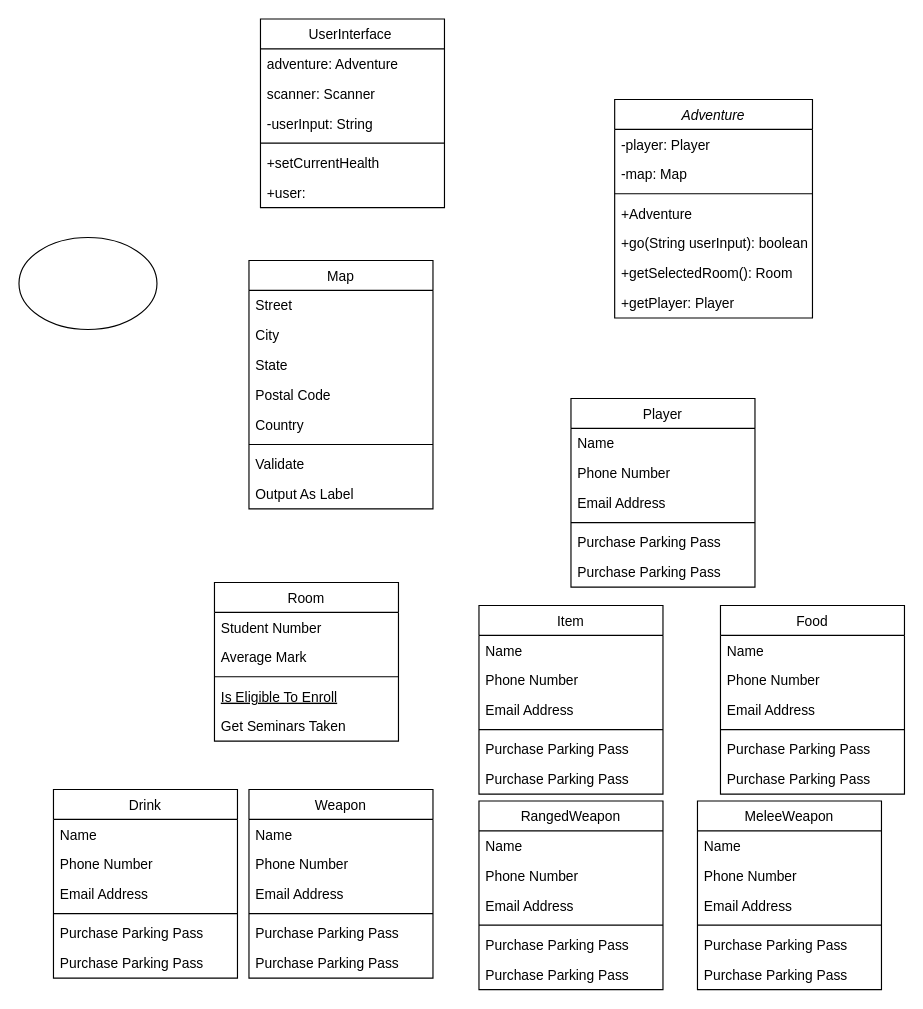
Earlier version of the draw.io diagram Unavngivet diagram.drawio (Mathias-Thomsen/ProjectAdventure). Source tidied: cells renumbered, new cells numbered last; positions are measured from the earlier drawing's top-left corner, leaving out a move shared by most shapes. Both pictures are drawn from the tidied source at 115%, with x=0, y=0 at pixel (18, 18).
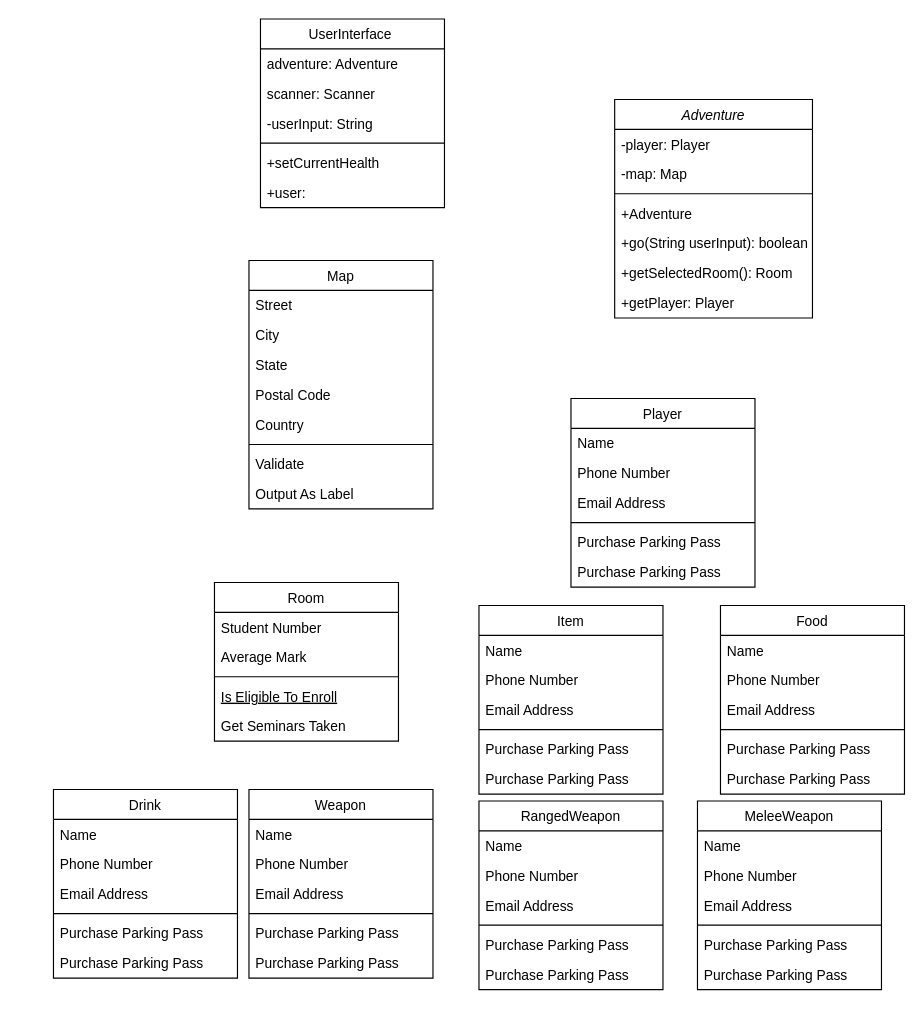
The same diagram, later.

Commit message:
komplet klassediagram ProjectAdventure

What changed in the source:
```diff
@@
-    <mxCell id="81" style="ellipse;whiteSpace=wrap;html=1;" parent="1" vertex="1">
-      <mxGeometry y="190" width="120" height="80" as="geometry" />
-    </mxCell>
```
